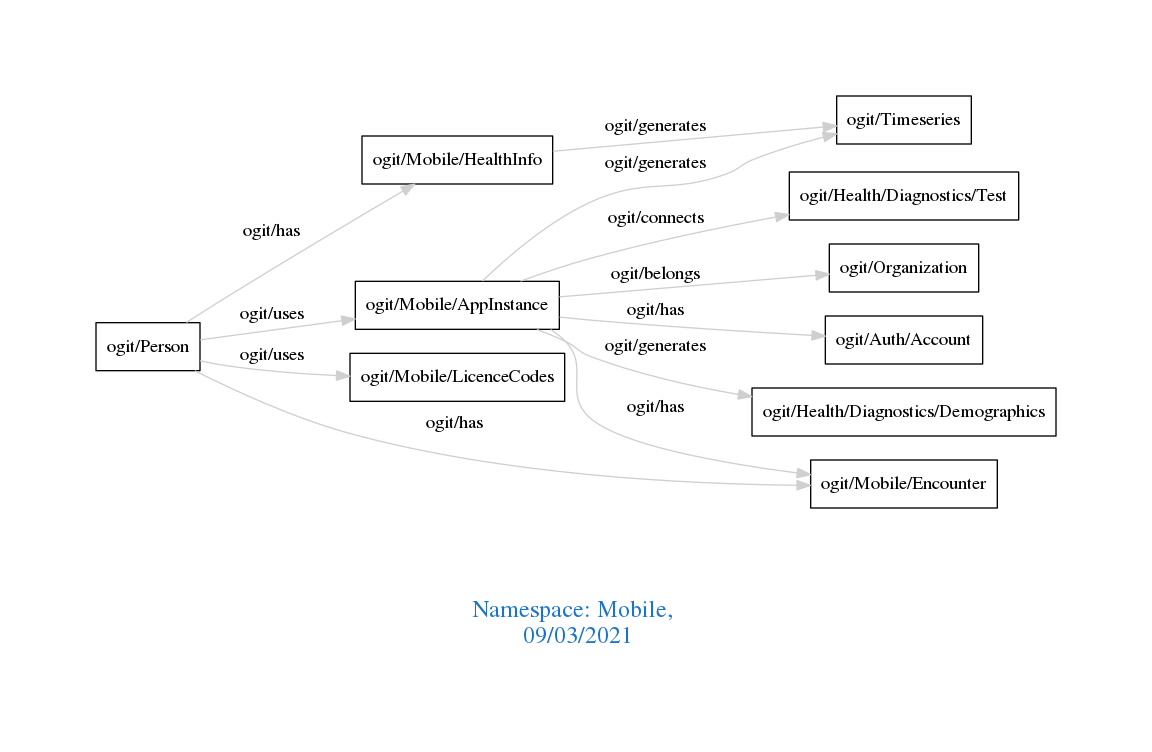
Above: downloads/Mobile.png in arago/OGIT (Graphviz), before the change. Its source is kept beside it as downloads/Mobile.dot.
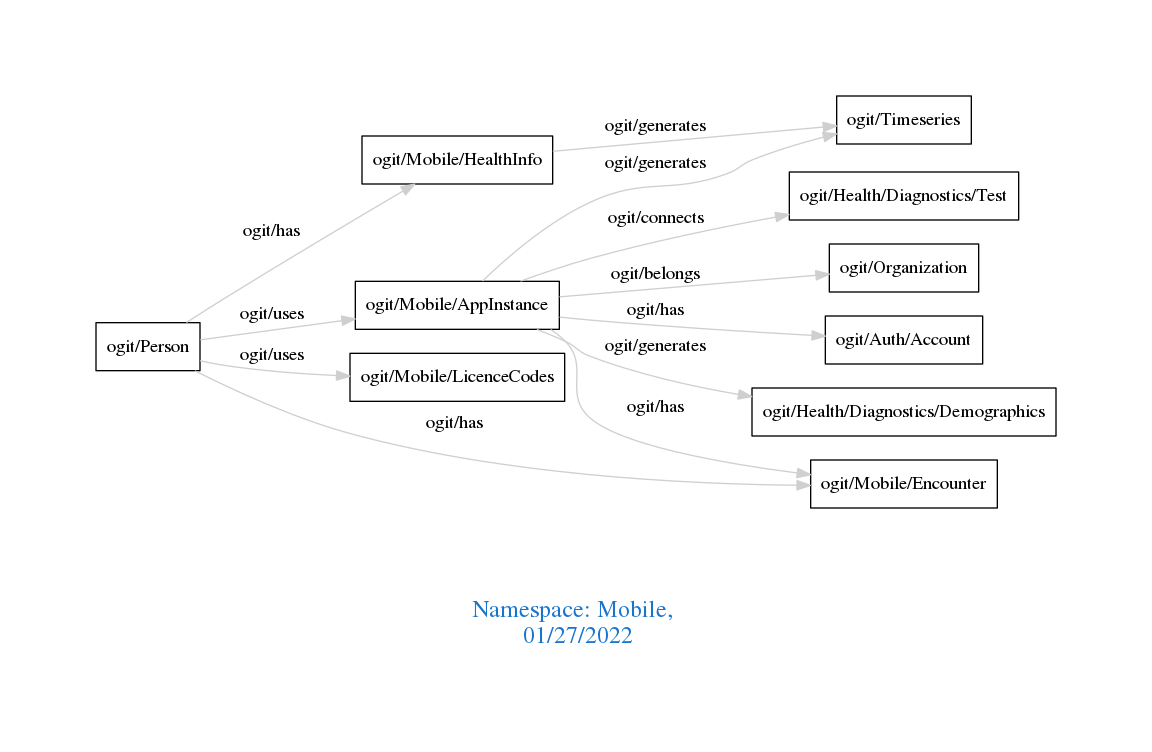
After the change.

Diff of the diagram source:
```diff
@@ -1,7 +1,7 @@
 digraph OGIT_ontology {
  graph [ rankdir= LR,pad=1
 fontsize = 18,
-fontcolor= dodgerblue3,label = "\n\n\nNamespace: Mobile, \n 09/03/2021"];
+fontcolor= dodgerblue3,label = "\n\n\nNamespace: Mobile, \n 01/27/2022"];
 node[shape=polygon];
 edge [  color="gray81"];
 
```
